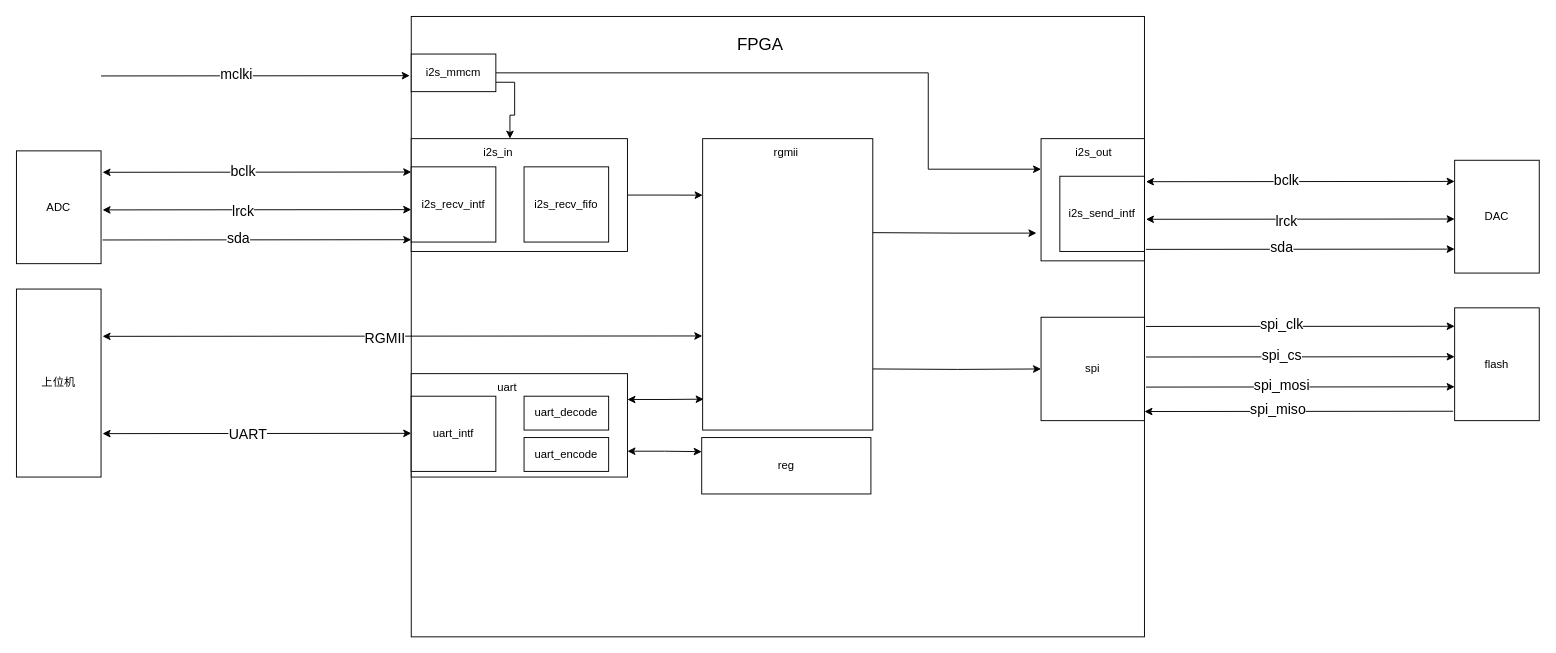
Earlier version of the draw.io diagram page "数据流" (5 of 5) of Audio-Ethernet.drawio (gdhzyz/draws). Source tidied: cells renumbered, new cells numbered last; positions are measured from the earlier drawing's top-left corner, leaving out a move shared by most shapes. Both pictures are drawn from the tidied source at 94%, with x=0, y=0 at pixel (16, 16).
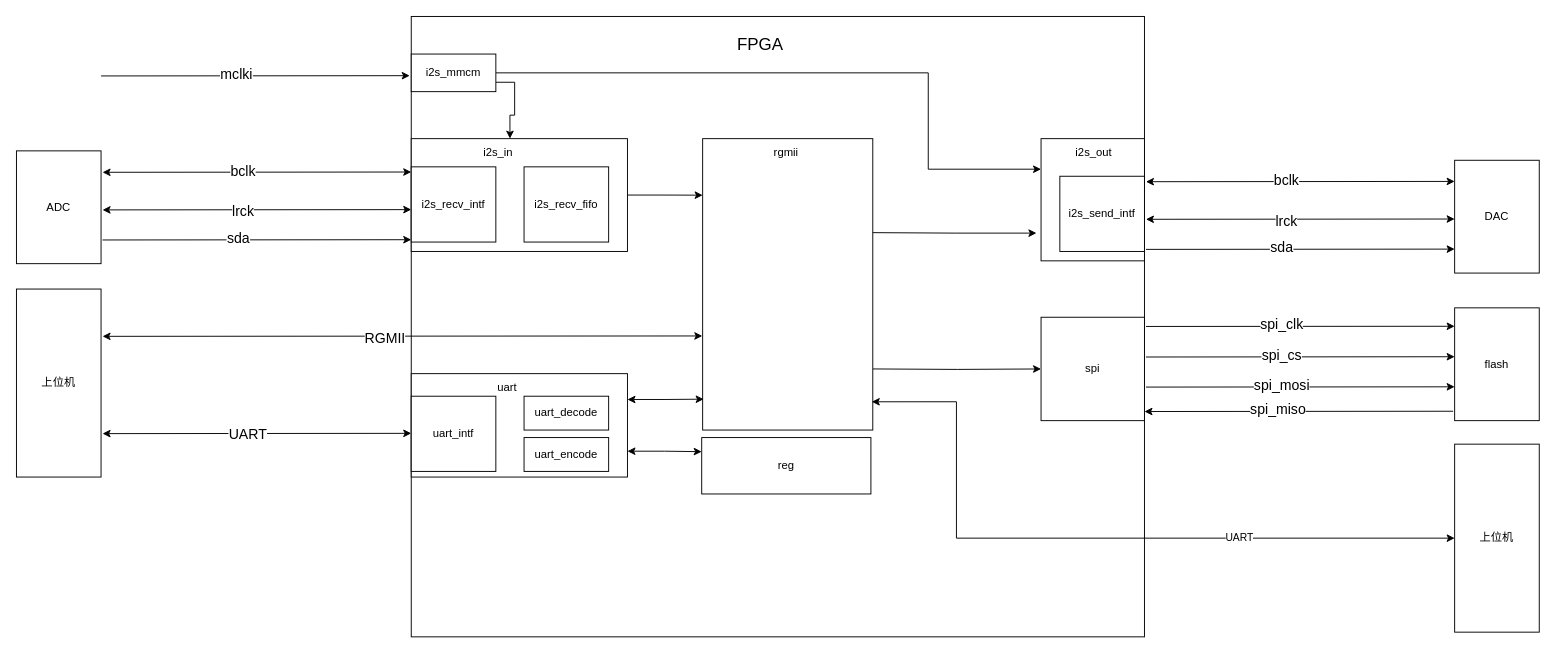
The same page after the edit.

The change refers to these unchanged cells:
```xml
<mxCell id="19" style="rounded=0;whiteSpace=wrap;html=1;" parent="1" vertex="1">
  <mxGeometry x="730" y="130" width="181" height="310" as="geometry" />
</mxCell>
```

Change to the diagram source:
```diff
@@
+    <mxCell id="58" style="edgeStyle=orthogonalEdgeStyle;rounded=0;jettySize=auto;html=1;exitX=0.994;exitY=0.903;exitDx=0;exitDy=0;entryX=0;entryY=0.5;entryDx=0;entryDy=0;startArrow=classic;startFill=1;exitPerimeter=0;" parent="1" edge="1" source="19" target="60">
+      <mxGeometry relative="1" as="geometry">
+        <Array as="points">
+          <mxPoint x="1000" y="410" />
+          <mxPoint x="1000" y="555" />
+        </Array>
+      </mxGeometry>
+    </mxCell>
+    <mxCell id="59" value="UART" style="edgeLabel;html=1;align=center;verticalAlign=middle;" parent="58" vertex="1">
+      <mxGeometry x="0.4" y="1" relative="1" as="geometry" />
+    </mxCell>
@@
+    <mxCell id="60" value="上位机" style="rounded=0;whiteSpace=wrap;html=1;" parent="1" vertex="1">
+      <mxGeometry x="1530" y="455" width="90" height="200" as="geometry" />
+    </mxCell>
```
